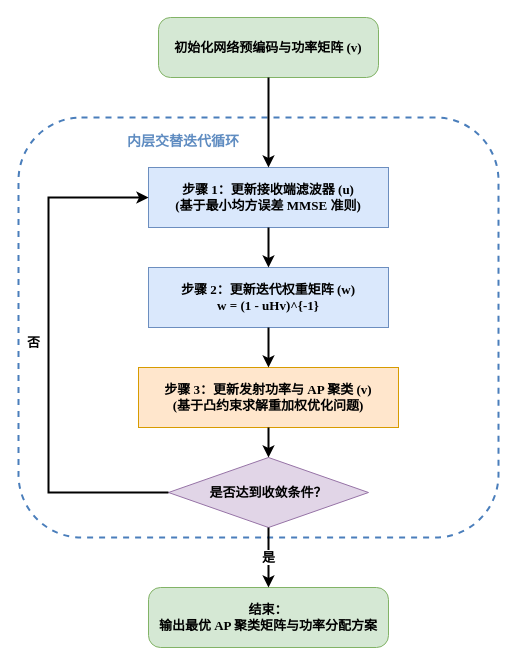
Earlier version of the draw.io diagram 电赛扫频操作流程图.drawio (youmiwei/drawio). Source tidied: cells renumbered, new cells numbered last; positions are measured from the earlier drawing's top-left corner, leaving out a move shared by most shapes. Both pictures are drawn from the tidied source at 100%, with x=0, y=0 at pixel (18, 17).
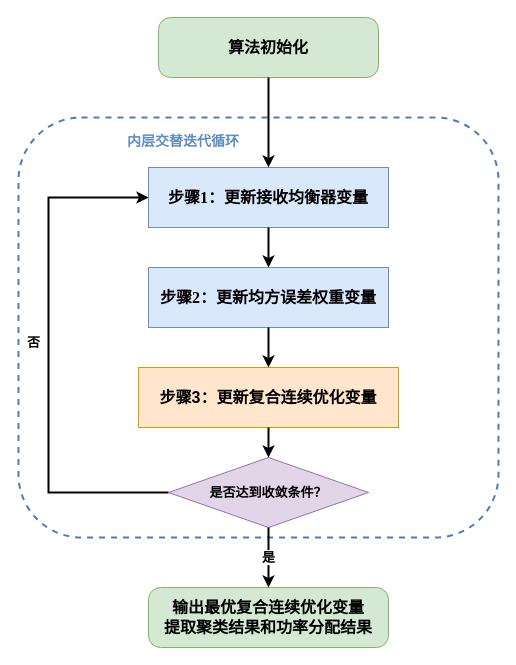
The same diagram, later.

Commit message (it also covers changes not shown here):
更新电赛扫频操作流程图.drawio

The edit, as a diff of the source:
```diff
@@
 <mxGraphModel>
   <root>
     <mxCell id="0" />
     <mxCell id="1" parent="0" />
     <mxCell id="2" style="rounded=1;whiteSpace=wrap;html=1;fillColor=none;strokeColor=#4A7ebb;strokeWidth=2;dashed=1;verticalAlign=top;fontStyle=1;fontSize=14;fontColor=#4A7ebb;fontFamily=Times New Roman, 宋体;" parent="1" vertex="1">
       <mxGeometry y="100" width="480" height="420" as="geometry" />
     </mxCell>
-    <mxCell id="3" value="初始化网络预编码与功率矩阵 (v)" style="rounded=1;whiteSpace=wrap;html=1;fillColor=#d5e8d4;strokeColor=#82b366;fontStyle=1;arcSize=20;fontFamily=Times New Roman, 宋体;fontSize=13;" parent="1" vertex="1">
+    <mxCell id="3" value="&lt;font style=&quot;font-size: 16px;&quot;&gt;算法初始化&lt;/font&gt;" style="rounded=1;whiteSpace=wrap;html=1;fillColor=#d5e8d4;strokeColor=#82b366;fontStyle=1;arcSize=20;fontFamily=Times New Roman, 宋体;fontSize=13;" parent="1" vertex="1">
       <mxGeometry x="140" width="220" height="60" as="geometry" />
     </mxCell>
-    <mxCell id="4" value="步骤 1：更新接收端滤波器 (u)&#10;(基于最小均方误差 MMSE 准则)" style="rounded=0;whiteSpace=wrap;html=1;fillColor=#dae8fc;strokeColor=#6c8ebf;fontStyle=1;fontFamily=Times New Roman, 宋体;fontSize=13;" parent="1" vertex="1">
+    <mxCell id="4" value="&lt;font style=&quot;font-size: 12pt;&quot; face=&quot;Times New Roman, 宋体&quot;&gt;步骤1：更新接收均衡器&lt;/font&gt;&lt;font face=&quot;宋体&quot; style=&quot;font-size: 12pt;&quot;&gt;变量&lt;/font&gt;" style="rounded=0;whiteSpace=wrap;html=1;fillColor=#dae8fc;strokeColor=#6c8ebf;fontStyle=1;fontFamily=Times New Roman, 宋体;fontSize=13;" parent="1" vertex="1">
       <mxGeometry x="130" y="150" width="240" height="60" as="geometry" />
     </mxCell>
-    <mxCell id="5" value="步骤 2：更新迭代权重矩阵 (w)&#10;w = (1 - uHv)^{-1}" style="rounded=0;whiteSpace=wrap;html=1;fillColor=#dae8fc;strokeColor=#6c8ebf;fontStyle=1;fontFamily=Times New Roman, 宋体;fontSize=13;" parent="1" vertex="1">
+    <mxCell id="5" value="&lt;font style=&quot;font-size: 16px;&quot;&gt;步骤2：更新&lt;/font&gt;&lt;span style=&quot;mso-spacerun:'yes';font-family:宋体;mso-ansi-font-style:normal;&amp;lt;br/&amp;gt;font-size:12.0000pt;mso-font-kerning:1.0000pt;&quot;&gt;&lt;font style=&quot;font-size: 16px;&quot;&gt;均方误差权重变量&lt;/font&gt;&lt;/span&gt;" style="rounded=0;whiteSpace=wrap;html=1;fillColor=#dae8fc;strokeColor=#6c8ebf;fontStyle=1;fontFamily=Times New Roman, 宋体;fontSize=13;" parent="1" vertex="1">
       <mxGeometry x="130" y="250" width="240" height="60" as="geometry" />
     </mxCell>
-    <mxCell id="6" value="步骤 3：更新发射功率与 AP 聚类 (v)&#10;(基于凸约束求解重加权优化问题)" style="rounded=0;whiteSpace=wrap;html=1;fillColor=#ffe6cc;strokeColor=#d79b00;fontStyle=1;fontFamily=Times New Roman, 宋体;fontSize=13;" parent="1" vertex="1">
+    <mxCell id="6" value="&lt;span style=&quot;mso-spacerun:'yes';font-family:'Times New Roman';mso-fareast-font-family:宋体;&amp;lt;br/&amp;gt;mso-hansi-font-family:'Cambria Math';mso-bidi-font-family:宋体;mso-ansi-font-style:normal;&amp;lt;br/&amp;gt;font-size:12.0000pt;mso-font-kerning:1.0000pt;&quot;&gt;&lt;font face=&quot;宋体&quot; style=&quot;font-size: 16px;&quot;&gt;步骤3：更新复合连续优化变量&lt;/font&gt;&lt;/span&gt;" style="rounded=0;whiteSpace=wrap;html=1;fillColor=#ffe6cc;strokeColor=#d79b00;fontStyle=1;fontFamily=Times New Roman, 宋体;fontSize=13;" parent="1" vertex="1">
       <mxGeometry x="120" y="350" width="260" height="60" as="geometry" />
     </mxCell>
     <mxCell id="7" value="是否达到收敛条件？" style="rhombus;whiteSpace=wrap;html=1;fillColor=#e1d5e7;strokeColor=#9673a6;fontStyle=1;fontFamily=Times New Roman, 宋体;fontSize=13;" parent="1" vertex="1">
       <mxGeometry x="150" y="440" width="200" height="70" as="geometry" />
     </mxCell>
-    <mxCell id="8" value="结束：&#10;输出最优 AP 聚类矩阵与功率分配方案" style="rounded=1;whiteSpace=wrap;html=1;fillColor=#d5e8d4;strokeColor=#82b366;fontStyle=1;arcSize=20;fontFamily=Times New Roman, 宋体;fontSize=13;" parent="1" vertex="1">
+    <mxCell id="8" value="&lt;font style=&quot;font-size: 16px;&quot;&gt;输出最优复合连续优化变量&lt;/font&gt;&lt;div&gt;&lt;font style=&quot;font-size: 16px;&quot;&gt;提取聚类结果和功率分配结果&lt;/font&gt;&lt;/div&gt;" style="rounded=1;whiteSpace=wrap;html=1;fillColor=#d5e8d4;strokeColor=#82b366;fontStyle=1;arcSize=20;fontFamily=Times New Roman, 宋体;fontSize=13;" parent="1" vertex="1">
       <mxGeometry x="130" y="570" width="240" height="60" as="geometry" />
     </mxCell>
     <mxCell id="9" style="edgeStyle=orthogonalEdgeStyle;rounded=0;jettySize=auto;html=1;strokeWidth=2;endArrow=classic;fontFamily=Times New Roman, 宋体;" parent="1" edge="1" source="3" target="4">
       <mxGeometry relative="1" as="geometry" />
     </mxCell>
     <mxCell id="10" style="edgeStyle=orthogonalEdgeStyle;rounded=0;jettySize=auto;html=1;strokeWidth=2;endArrow=classic;fontFamily=Times New Roman, 宋体;" parent="1" edge="1" source="4" target="5">
       <mxGeometry relative="1" as="geometry" />
     </mxCell>
     <mxCell id="11" style="edgeStyle=orthogonalEdgeStyle;rounded=0;jettySize=auto;html=1;strokeWidth=2;endArrow=classic;fontFamily=Times New Roman, 宋体;" parent="1" edge="1" source="5" target="6">
       <mxGeometry relative="1" as="geometry" />
     </mxCell>
     <mxCell id="12" style="edgeStyle=orthogonalEdgeStyle;rounded=0;jettySize=auto;html=1;strokeWidth=2;endArrow=classic;fontFamily=Times New Roman, 宋体;" parent="1" edge="1" source="6" target="7">
       <mxGeometry relative="1" as="geometry" />
     </mxCell>
     <mxCell id="13" value="是" style="edgeStyle=orthogonalEdgeStyle;rounded=0;jettySize=auto;html=1;strokeWidth=2;endArrow=classic;fontStyle=1;fontFamily=Times New Roman, 宋体;fontSize=13;" parent="1" edge="1" source="7" target="8">
       <mxGeometry relative="1" as="geometry" />
     </mxCell>
     <mxCell id="14" value="否" style="edgeStyle=orthogonalEdgeStyle;rounded=0;jettySize=auto;html=1;strokeWidth=2;endArrow=classic;fontStyle=1;fontFamily=Times New Roman, 宋体;fontSize=13;exitX=0;exitY=0.5;exitDx=0;exitDy=0;entryX=0;entryY=0.5;entryDx=0;entryDy=0;" parent="1" edge="1" source="7" target="4">
       <mxGeometry x="0.05" y="15" relative="1" as="geometry">
         <Array as="points">
           <mxPoint x="30" y="475" />
           <mxPoint x="30" y="180" />
         </Array>
       </mxGeometry>
     </mxCell>
     <mxCell id="15" value="&lt;span style=&quot;color: rgb(95, 140, 193); font-family: &amp;quot;Times New Roman&amp;quot;, 宋体; font-size: 14px; font-weight: 700;&quot;&gt;内层交替迭代循环&lt;/span&gt;" style="text;html=1;whiteSpace=wrap;strokeColor=none;fillColor=none;align=center;verticalAlign=middle;rounded=0;" parent="1" vertex="1">
       <mxGeometry x="100" y="110" width="130" height="30" as="geometry" />
     </mxCell>
   </root>
 </mxGraphModel>
```
